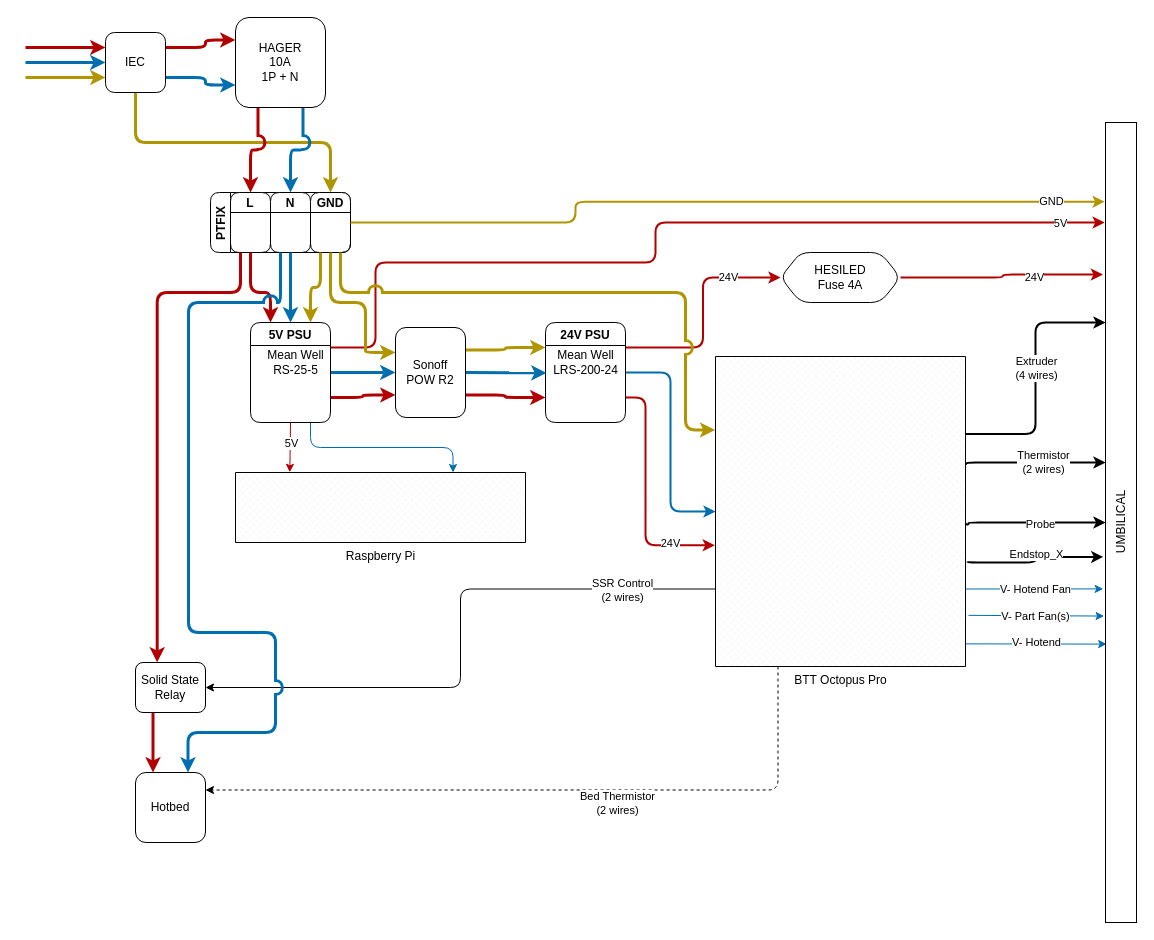
This is wiring/VCore3_wiring.drawio from Contrasens/VCore3-400-OpenFront, a draw.io file, before an edit. Source tidied: cells renumbered, new cells numbered last; positions are measured from the earlier drawing's top-left corner, leaving out a move shared by most shapes. Both pictures are drawn from the tidied source at 100%, with x=0, y=0 at pixel (25, 17).
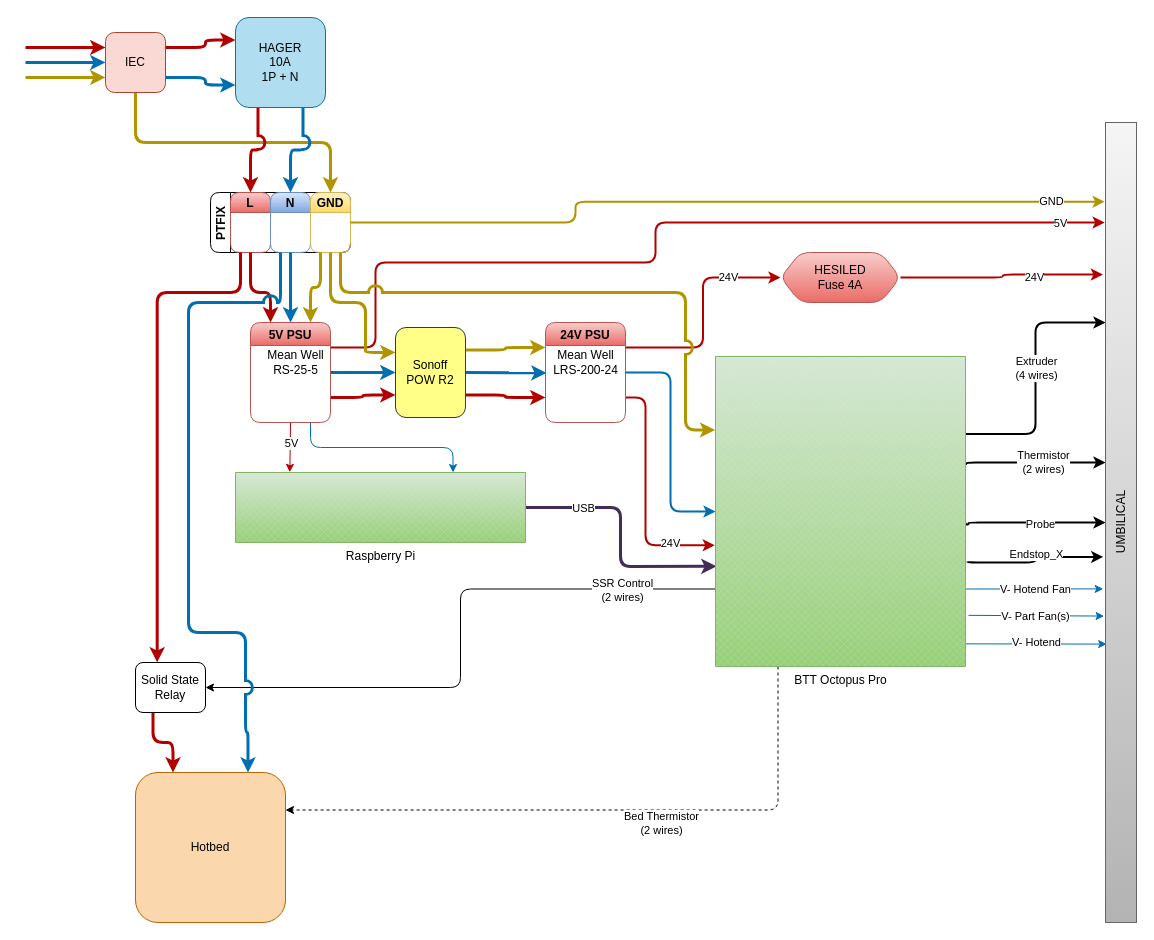
Above is the later version.

The change refers to these unchanged cells:
```xml
<mxCell id="12" value="PTFIX" style="swimlane;startSize=20;horizontal=0;rounded=1;sketch=0;" parent="1" vertex="1">
  <mxGeometry x="185" y="175" width="140" height="60" as="geometry" />
</mxCell>
```

Change to the diagram source:
```diff
@@
-    <mxCell id="5" value="IEC" style="whiteSpace=wrap;html=1;rounded=1;sketch=0;" parent="1" vertex="1">
+    <mxCell id="5" value="IEC" style="whiteSpace=wrap;html=1;rounded=1;sketch=0;fillColor=#fad9d5;strokeColor=#ae4132;" parent="1" vertex="1">
       <mxGeometry x="80" y="15" width="60" height="60" as="geometry" />
     </mxCell>
@@
-    <mxCell id="11" value="&lt;div&gt;HAGER&lt;/div&gt;&lt;div&gt;10A&lt;/div&gt;&lt;div&gt;1P + N&lt;br&gt;&lt;/div&gt;" style="whiteSpace=wrap;html=1;rounded=1;sketch=0;" parent="1" vertex="1">
+    <mxCell id="11" value="&lt;div&gt;HAGER&lt;/div&gt;&lt;div&gt;10A&lt;/div&gt;&lt;div&gt;1P + N&lt;br&gt;&lt;/div&gt;" style="whiteSpace=wrap;html=1;rounded=1;sketch=0;fillColor=#b1ddf0;strokeColor=#10739e;" parent="1" vertex="1">
       <mxGeometry x="210" width="90" height="90" as="geometry" />
     </mxCell>
@@
-    <mxCell id="13" value="L" style="swimlane;startSize=20;rounded=1;sketch=0;" parent="12" vertex="1">
+    <mxCell id="13" value="L" style="swimlane;startSize=20;rounded=1;sketch=0;fillColor=#f8cecc;gradientColor=#ea6b66;strokeColor=#b85450;" parent="12" vertex="1">
       <mxGeometry x="20" width="40" height="60" as="geometry" />
     </mxCell>
-    <mxCell id="14" value="N" style="swimlane;startSize=20;rounded=1;sketch=0;" parent="12" vertex="1">
+    <mxCell id="14" value="N" style="swimlane;startSize=20;rounded=1;sketch=0;fillColor=#dae8fc;gradientColor=#7ea6e0;strokeColor=#6c8ebf;" parent="12" vertex="1">
       <mxGeometry x="60" width="40" height="60" as="geometry" />
     </mxCell>
-    <mxCell id="15" value="GND" style="swimlane;startSize=20;rounded=1;sketch=0;" parent="12" vertex="1">
+    <mxCell id="15" value="GND" style="swimlane;startSize=20;rounded=1;sketch=0;fillColor=#fff2cc;gradientColor=#ffd966;strokeColor=#d6b656;" parent="12" vertex="1">
       <mxGeometry x="100" width="40" height="60" as="geometry" />
     </mxCell>
@@
-    <mxCell id="23" value="5V PSU" style="swimlane;rounded=1;sketch=0;" parent="1" vertex="1">
+    <mxCell id="23" value="5V PSU" style="swimlane;rounded=1;sketch=0;fillColor=#f8cecc;gradientColor=#ea6b66;strokeColor=#b85450;" parent="1" vertex="1">
       <mxGeometry x="225" y="305" width="80" height="100" as="geometry" />
     </mxCell>
@@
-    <mxCell id="29" value="24V PSU" style="swimlane;rounded=1;sketch=0;" parent="1" vertex="1">
+    <mxCell id="29" value="24V PSU" style="swimlane;rounded=1;sketch=0;fillColor=#f8cecc;gradientColor=#ea6b66;strokeColor=#b85450;" parent="1" vertex="1">
       <mxGeometry x="520" y="305" width="80" height="100" as="geometry" />
     </mxCell>
@@
+    <mxCell id="72" style="edgeStyle=orthogonalEdgeStyle;curved=0;rounded=1;sketch=0;jumpStyle=arc;jumpSize=10;jettySize=auto;html=1;exitX=1;exitY=0.5;exitDx=0;exitDy=0;exitPerimeter=0;entryX=0.004;entryY=0.677;entryDx=0;entryDy=0;entryPerimeter=0;strokeWidth=3;fillColor=#76608a;strokeColor=#432D57;" parent="1" edge="1" source="32" target="51">
+      <mxGeometry relative="1" as="geometry" />
+    </mxCell>
+    <mxCell id="73" value="USB" style="edgeLabel;html=1;align=center;verticalAlign=middle;" parent="72" vertex="1">
+      <mxGeometry x="-0.54" relative="1" as="geometry" />
+    </mxCell>
-    <mxCell id="32" value="Raspberry Pi" style="verticalLabelPosition=bottom;verticalAlign=top;html=1;shape=mxgraph.basic.patternFillRect;fillStyle=diagGrid;step=5;fillStrokeWidth=0.2;fillStrokeColor=#dddddd;rounded=1;sketch=0;" parent="1" vertex="1">
+    <mxCell id="32" value="Raspberry Pi" style="verticalLabelPosition=bottom;verticalAlign=top;html=1;shape=mxgraph.basic.patternFillRect;fillStyle=diagGrid;step=5;fillStrokeWidth=0.2;fillStrokeColor=#dddddd;rounded=1;sketch=0;fillColor=#d5e8d4;gradientColor=#97d077;strokeColor=#82b366;" parent="1" vertex="1">
       <mxGeometry x="210" y="455" width="290" height="70" as="geometry" />
     </mxCell>
@@
-    <mxCell id="51" value="BTT Octopus Pro" style="verticalLabelPosition=bottom;verticalAlign=top;html=1;shape=mxgraph.basic.patternFillRect;fillStyle=diagGrid;step=5;fillStrokeWidth=0.2;fillStrokeColor=#dddddd;rounded=1;sketch=0;" parent="1" vertex="1">
+    <mxCell id="51" value="BTT Octopus Pro" style="verticalLabelPosition=bottom;verticalAlign=top;html=1;shape=mxgraph.basic.patternFillRect;fillStyle=diagGrid;step=5;fillStrokeWidth=0.2;fillStrokeColor=#dddddd;rounded=1;sketch=0;fillColor=#d5e8d4;gradientColor=#97d077;strokeColor=#82b366;" parent="1" vertex="1">
       <mxGeometry x="690" y="339" width="250" height="310" as="geometry" />
     </mxCell>
@@
-    <mxCell id="59" value="&lt;div&gt;Sonoff&lt;/div&gt;&lt;div&gt;POW R2&lt;br&gt;&lt;/div&gt;" style="rounded=1;whiteSpace=wrap;html=1;sketch=0;" parent="1" vertex="1">
+    <mxCell id="59" value="&lt;div&gt;Sonoff&lt;/div&gt;&lt;div&gt;POW R2&lt;br&gt;&lt;/div&gt;" style="rounded=1;whiteSpace=wrap;html=1;sketch=0;fillColor=#ffff88;strokeColor=#36393d;" parent="1" vertex="1">
       <mxGeometry x="370" y="310" width="70" height="90" as="geometry" />
     </mxCell>
@@
     <mxCell id="61" style="edgeStyle=orthogonalEdgeStyle;curved=0;rounded=1;sketch=0;jumpStyle=arc;jumpSize=10;jettySize=auto;html=1;exitX=0.25;exitY=1;exitDx=0;exitDy=0;entryX=0.75;entryY=0;entryDx=0;entryDy=0;strokeWidth=3;fillColor=#1ba1e2;strokeColor=#006EAF;" parent="1" edge="1" source="14" target="62">
       <mxGeometry relative="1" as="geometry">
         <Array as="points">
           <mxPoint x="255" y="285" />
           <mxPoint x="163" y="285" />
           <mxPoint x="163" y="615" />
-          <mxPoint x="250" y="615" />
-          <mxPoint x="250" y="715" />
-          <mxPoint x="163" y="715" />
+          <mxPoint x="220" y="615" />
+          <mxPoint x="220" y="715" />
+          <mxPoint x="223" y="715" />
         </Array>
       </mxGeometry>
     </mxCell>
-    <mxCell id="62" value="Hotbed" style="whiteSpace=wrap;html=1;rounded=1;sketch=0;" parent="1" vertex="1">
-      <mxGeometry x="110" y="755" width="70" height="70" as="geometry" />
+    <mxCell id="62" value="Hotbed" style="whiteSpace=wrap;html=1;rounded=1;sketch=0;fillColor=#fad7ac;strokeColor=#b46504;" parent="1" vertex="1">
+      <mxGeometry x="110" y="755" width="150" height="150" as="geometry" />
     </mxCell>
@@
-    <mxCell id="68" value="&lt;div&gt;HESILED&lt;/div&gt;&lt;div&gt;Fuse 4A&lt;br&gt;&lt;/div&gt;" style="shape=hexagon;perimeter=hexagonPerimeter2;whiteSpace=wrap;html=1;fixedSize=1;rounded=1;sketch=0;" parent="1" vertex="1">
+    <mxCell id="68" value="&lt;div&gt;HESILED&lt;/div&gt;&lt;div&gt;Fuse 4A&lt;br&gt;&lt;/div&gt;" style="shape=hexagon;perimeter=hexagonPerimeter2;whiteSpace=wrap;html=1;fixedSize=1;rounded=1;sketch=0;fillColor=#f8cecc;gradientColor=#ea6b66;strokeColor=#b85450;" parent="1" vertex="1">
       <mxGeometry x="755" y="235" width="120" height="50" as="geometry" />
     </mxCell>
@@
-    <mxCell id="71" value="UMBILICAL" style="rounded=0;whiteSpace=wrap;html=1;sketch=0;horizontal=0;" parent="1" vertex="1">
+    <mxCell id="71" value="UMBILICAL" style="rounded=0;whiteSpace=wrap;html=1;sketch=0;horizontal=0;fillColor=#f5f5f5;gradientColor=#b3b3b3;strokeColor=#666666;" parent="1" vertex="1">
       <mxGeometry x="1080" y="105" width="31" height="800" as="geometry" />
     </mxCell>
```
